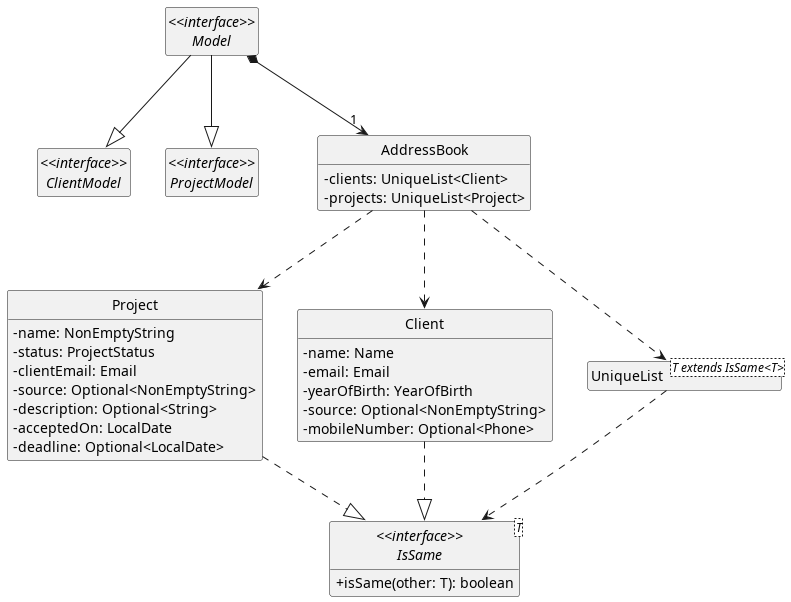
Earlier version of the PlantUML export docs/images/model/ModelClassDiagram.png (nus-cs2103-AY2223S2/tp).
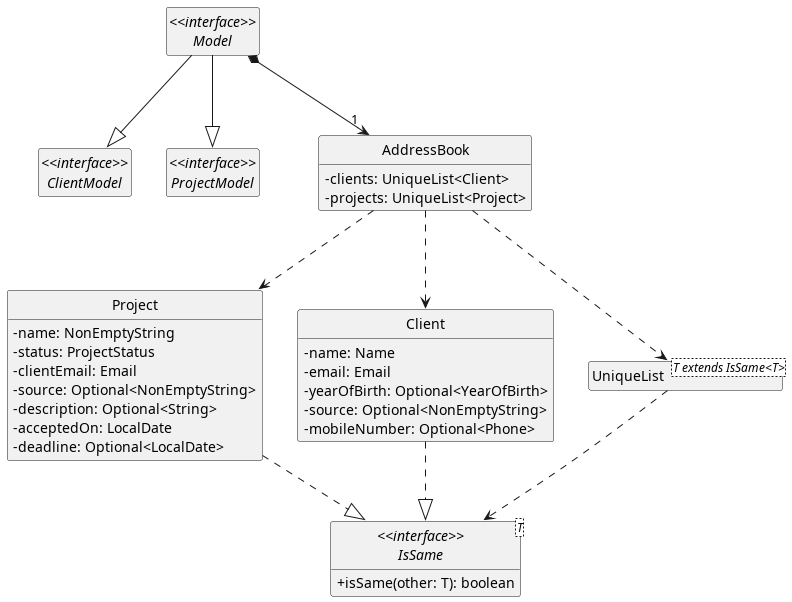
After the change.

Commit message:
Add missing Optional<> in model's class diagram

Change to the diagram source:
```diff
@@ -21,7 +21,7 @@
 class Client {
 	- name: Name
 	- email: Email
-	- yearOfBirth: YearOfBirth
+	- yearOfBirth: Optional<YearOfBirth>
 	- source: Optional<NonEmptyString>
 	- mobileNumber: Optional<Phone>
 }
```
